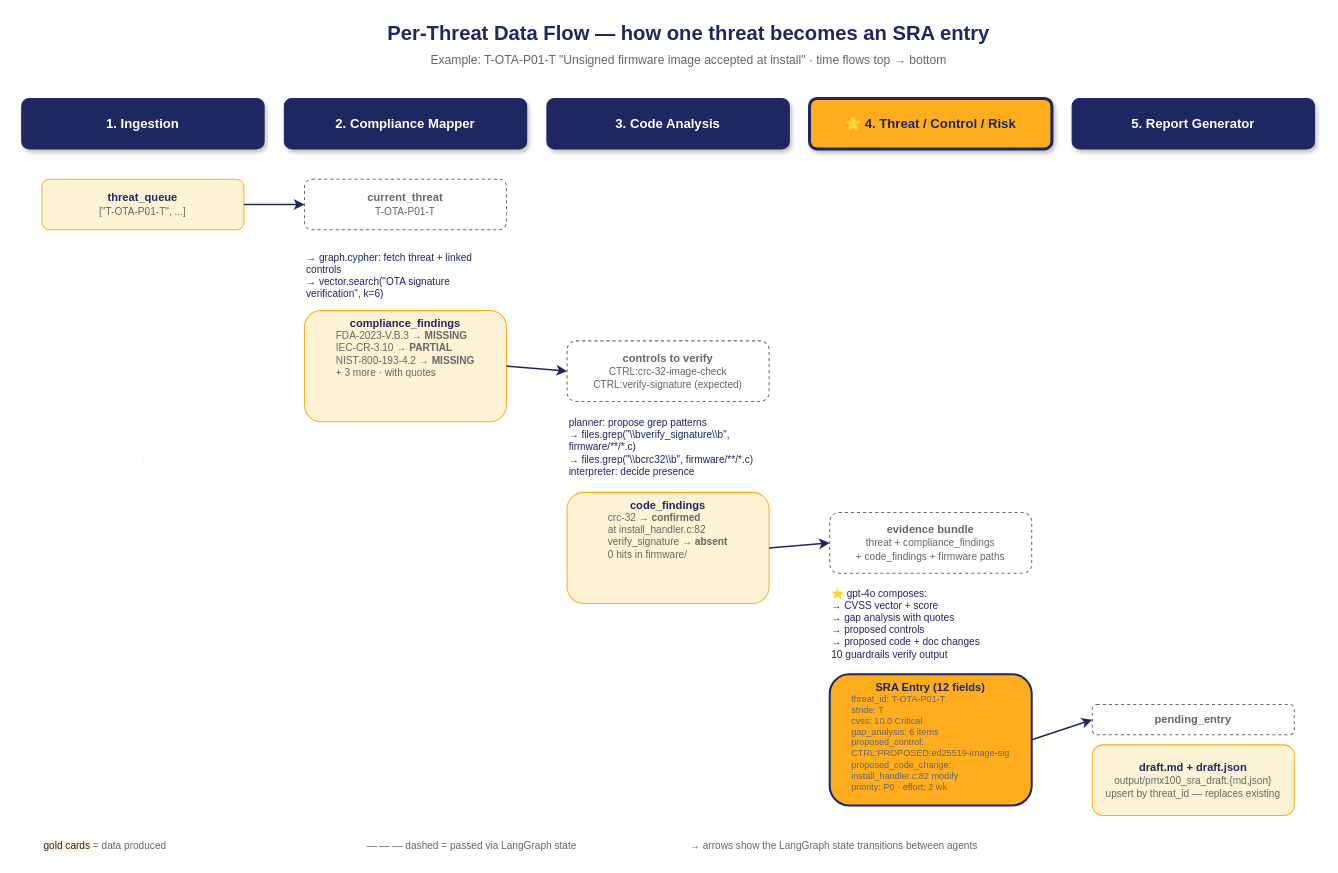
The draw.io diagram docs/flow_2_data.drawio in balajibankapur/agentic-sra-framework, before the edit. Source tidied: cells renumbered, new cells numbered last; positions are measured from the earlier drawing's top-left corner, leaving out a move shared by most shapes. Both pictures are drawn from the tidied source at 101%, with x=0, y=0 at pixel (21, 17).
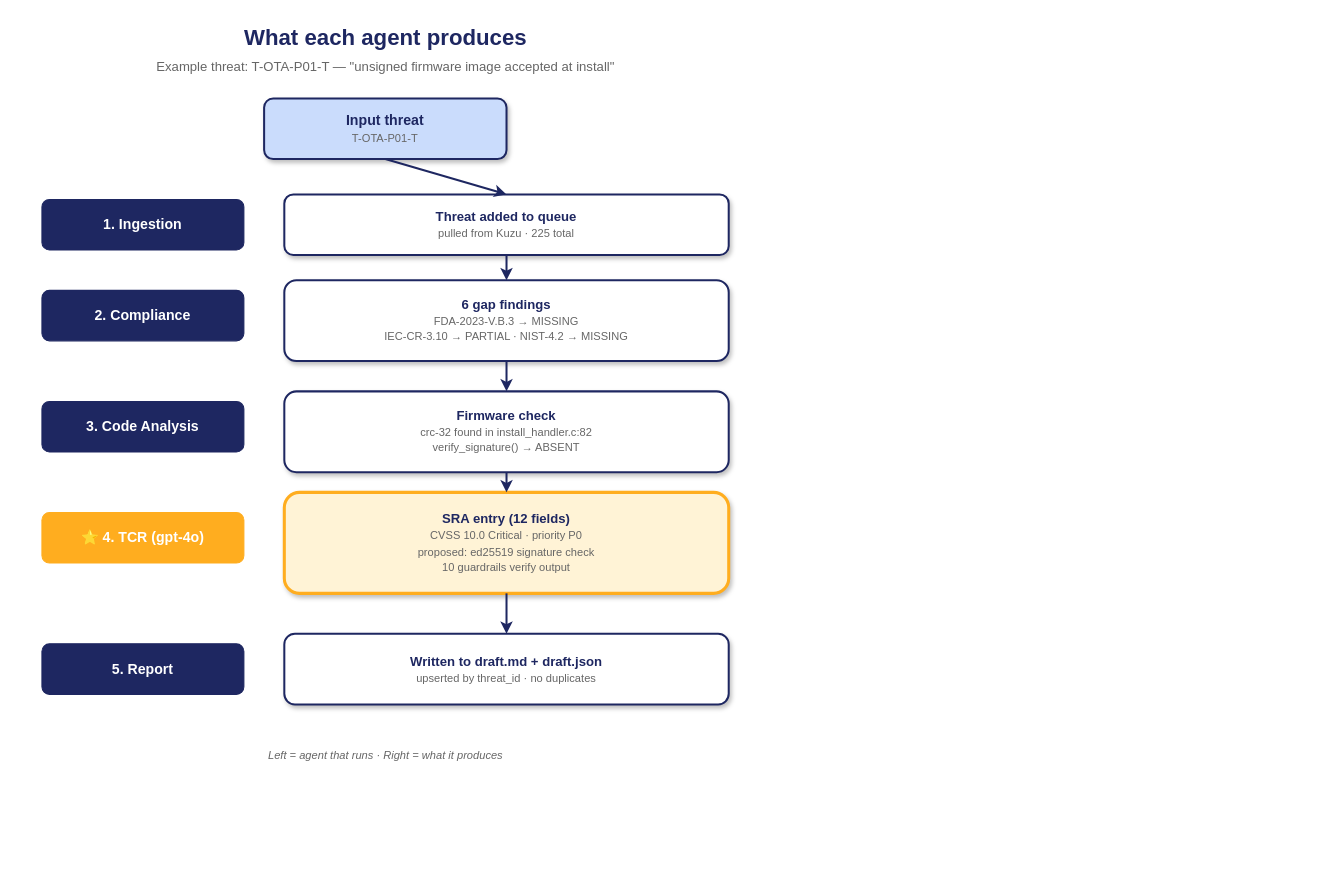
Above is the later version.

Diff of the diagram source:
```diff
@@
-    <mxCell id="2" value="Per-Threat Data Flow — how one threat becomes an SRA entry" style="text;html=1;strokeColor=none;fillColor=none;align=center;verticalAlign=middle;fontSize=20;fontStyle=1;fontColor=#1E2761;" parent="1" vertex="1">
-      <mxGeometry x="60" width="1200" height="30" as="geometry" />
+    <mxCell id="2" value="What each agent produces" style="text;html=1;strokeColor=none;fillColor=none;align=center;verticalAlign=middle;fontSize=22;fontStyle=1;fontColor=#1E2761;" parent="1" vertex="1">
+      <mxGeometry x="10" y="4" width="700" height="34" as="geometry" />
     </mxCell>
-    <mxCell id="3" value="Example: T-OTA-P01-T &quot;Unsigned firmware image accepted at install&quot; · time flows top → bottom" style="text;html=1;strokeColor=none;fillColor=none;align=center;verticalAlign=middle;fontSize=12;fontColor=#666666;" parent="1" vertex="1">
-      <mxGeometry x="60" y="32" width="1200" height="20" as="geometry" />
-    </mxCell>
+    <mxCell id="33" value="Example threat: T-OTA-P01-T  —  &quot;unsigned firmware image accepted at install&quot;" style="text;html=1;strokeColor=none;fillColor=none;align=center;verticalAlign=middle;fontSize=13;fontColor=#666;" parent="1" vertex="1">
+      <mxGeometry x="10" y="38" width="700" height="20" as="geometry" />
+    </mxCell>
+    <mxCell id="34" value="&lt;b&gt;Input threat&lt;/b&gt;&lt;br/&gt;&lt;font style=&quot;font-size:11px;color:#666&quot;&gt;T-OTA-P01-T&lt;/font&gt;" style="rounded=1;whiteSpace=wrap;html=1;fillColor=#CADCFC;strokeColor=#1E2761;strokeWidth=2;fontColor=#1E2761;fontSize=14;verticalAlign=middle;shadow=1;" parent="1" vertex="1">
+      <mxGeometry x="240" y="80" width="240" height="60" as="geometry" />
+    </mxCell>
-    <mxCell id="4" value="&lt;b&gt;1. Ingestion&lt;/b&gt;" style="rounded=1;whiteSpace=wrap;html=1;fillColor=#1E2761;strokeColor=#1E2761;fontColor=#FFFFFF;fontSize=13;verticalAlign=middle;shadow=1;" parent="1" vertex="1">
-      <mxGeometry y="80" width="240" height="50" as="geometry" />
+    <mxCell id="4" value="&lt;b&gt;1. Ingestion&lt;/b&gt;" style="rounded=1;whiteSpace=wrap;html=1;fillColor=#1E2761;strokeColor=#1E2761;fontColor=#FFFFFF;fontSize=14;verticalAlign=middle;" parent="1" vertex="1">
+      <mxGeometry x="20" y="180" width="200" height="50" as="geometry" />
     </mxCell>
-    <mxCell id="5" value="&lt;b&gt;2. Compliance Mapper&lt;/b&gt;" style="rounded=1;whiteSpace=wrap;html=1;fillColor=#1E2761;strokeColor=#1E2761;fontColor=#FFFFFF;fontSize=13;verticalAlign=middle;shadow=1;" parent="1" vertex="1">
-      <mxGeometry x="260" y="80" width="240" height="50" as="geometry" />
-    </mxCell>
+    <mxCell id="35" value="&lt;b&gt;Threat added to queue&lt;/b&gt;&lt;br/&gt;&lt;font style=&quot;font-size:11px;color:#666&quot;&gt;pulled from Kuzu · 225 total&lt;/font&gt;" style="rounded=1;whiteSpace=wrap;html=1;fillColor=#FFFFFF;strokeColor=#1E2761;strokeWidth=2;fontColor=#1E2761;fontSize=13;verticalAlign=middle;shadow=1;" parent="1" vertex="1">
+      <mxGeometry x="260" y="175" width="440" height="60" as="geometry" />
+    </mxCell>
+    <mxCell id="36" value="&lt;b&gt;2. Compliance&lt;/b&gt;" style="rounded=1;whiteSpace=wrap;html=1;fillColor=#1E2761;strokeColor=#1E2761;fontColor=#FFFFFF;fontSize=14;verticalAlign=middle;" parent="1" vertex="1">
+      <mxGeometry x="20" y="270" width="200" height="50" as="geometry" />
+    </mxCell>
+    <mxCell id="37" value="&lt;b&gt;6 gap findings&lt;/b&gt;&lt;br/&gt;&lt;font style=&quot;font-size:11px;color:#666&quot;&gt;FDA-2023-V.B.3 → MISSING&lt;br/&gt;IEC-CR-3.10 → PARTIAL · NIST-4.2 → MISSING&lt;/font&gt;" style="rounded=1;whiteSpace=wrap;html=1;fillColor=#FFFFFF;strokeColor=#1E2761;strokeWidth=2;fontColor=#1E2761;fontSize=13;verticalAlign=middle;shadow=1;" parent="1" vertex="1">
+      <mxGeometry x="260" y="260" width="440" height="80" as="geometry" />
+    </mxCell>
-    <mxCell id="6" value="&lt;b&gt;3. Code Analysis&lt;/b&gt;" style="rounded=1;whiteSpace=wrap;html=1;fillColor=#1E2761;strokeColor=#1E2761;fontColor=#FFFFFF;fontSize=13;verticalAlign=middle;shadow=1;" parent="1" vertex="1">
-      <mxGeometry x="520" y="80" width="240" height="50" as="geometry" />
+    <mxCell id="6" value="&lt;b&gt;3. Code Analysis&lt;/b&gt;" style="rounded=1;whiteSpace=wrap;html=1;fillColor=#1E2761;strokeColor=#1E2761;fontColor=#FFFFFF;fontSize=14;verticalAlign=middle;" parent="1" vertex="1">
+      <mxGeometry x="20" y="380" width="200" height="50" as="geometry" />
     </mxCell>
-    <mxCell id="7" value="&lt;b&gt;⭐ 4. Threat / Control / Risk&lt;/b&gt;" style="rounded=1;whiteSpace=wrap;html=1;fillColor=#FFAD1F;strokeColor=#1E2761;strokeWidth=3;fontColor=#1E2761;fontSize=13;verticalAlign=middle;shadow=1;" parent="1" vertex="1">
-      <mxGeometry x="780" y="80" width="240" height="50" as="geometry" />
-    </mxCell>
-    <mxCell id="8" value="&lt;b&gt;5. Report Generator&lt;/b&gt;" style="rounded=1;whiteSpace=wrap;html=1;fillColor=#1E2761;strokeColor=#1E2761;fontColor=#FFFFFF;fontSize=13;verticalAlign=middle;shadow=1;" parent="1" vertex="1">
-      <mxGeometry x="1040" y="80" width="240" height="50" as="geometry" />
-    </mxCell>
-    <mxCell id="9" style="line;strokeColor=#CADCFC;strokeWidth=1;dashed=1;dashPattern=2 3;" parent="1" vertex="1">
-      <mxGeometry x="120" y="130" width="1" height="620" as="geometry" />
-    </mxCell>
-    <mxCell id="10" style="line;strokeColor=#CADCFC;strokeWidth=1;dashed=1;dashPattern=2 3;" parent="1" vertex="1">
-      <mxGeometry x="380" y="130" width="1" height="620" as="geometry" />
-    </mxCell>
-    <mxCell id="11" style="line;strokeColor=#CADCFC;strokeWidth=1;dashed=1;dashPattern=2 3;" parent="1" vertex="1">
-      <mxGeometry x="640" y="130" width="1" height="620" as="geometry" />
-    </mxCell>
-    <mxCell id="12" style="line;strokeColor=#CADCFC;strokeWidth=1;dashed=1;dashPattern=2 3;" parent="1" vertex="1">
-      <mxGeometry x="900" y="130" width="1" height="620" as="geometry" />
-    </mxCell>
-    <mxCell id="13" style="line;strokeColor=#CADCFC;strokeWidth=1;dashed=1;dashPattern=2 3;" parent="1" vertex="1">
-      <mxGeometry x="1160" y="130" width="1" height="620" as="geometry" />
-    </mxCell>
-    <mxCell id="14" value="&lt;b&gt;threat_queue&lt;/b&gt;&lt;br/&gt;&lt;font style=&quot;font-size:10px;color:#666&quot;&gt;[&quot;T-OTA-P01-T&quot;, ...]&lt;/font&gt;" style="rounded=1;whiteSpace=wrap;html=1;fillColor=#FFF3D6;strokeColor=#FFAD1F;strokeWidth=1;fontColor=#1E2761;fontSize=11;verticalAlign=middle;" parent="1" vertex="1">
-      <mxGeometry x="20" y="160" width="200" height="50" as="geometry" />
-    </mxCell>
-    <mxCell id="15" style="edgeStyle=none;html=1;endArrow=classic;endFill=1;strokeColor=#1E2761;strokeWidth=1.5;exitX=1;exitY=0.5;entryX=0;entryY=0.5;" parent="1" edge="1" source="14" target="16">
-      <mxGeometry relative="1" as="geometry" />
-    </mxCell>
-    <mxCell id="16" value="&lt;b&gt;current_threat&lt;/b&gt;&lt;br/&gt;&lt;font style=&quot;font-size:10px;color:#666&quot;&gt;T-OTA-P01-T&lt;/font&gt;" style="rounded=1;whiteSpace=wrap;html=1;fillColor=#FFFFFF;strokeColor=#666666;strokeWidth=1;dashed=1;dashPattern=3 3;fontColor=#666666;fontSize=11;verticalAlign=middle;" parent="1" vertex="1">
-      <mxGeometry x="280" y="160" width="200" height="50" as="geometry" />
-    </mxCell>
-    <mxCell id="17" value="&lt;font style=&quot;font-size:10px&quot;&gt;→ graph.cypher: fetch threat + linked controls&lt;br/&gt;→ vector.search(&quot;OTA signature verification&quot;, k=6)&lt;/font&gt;" style="text;html=1;strokeColor=none;fillColor=none;align=left;verticalAlign=middle;fontSize=10;fontColor=#1E2761;whiteSpace=wrap;" parent="1" vertex="1">
-      <mxGeometry x="280" y="230" width="200" height="50" as="geometry" />
-    </mxCell>
-    <mxCell id="18" value="&lt;b&gt;compliance_findings&lt;/b&gt;&lt;br/&gt;&lt;div align=&quot;left&quot; style=&quot;font-size:10px;color:#666&quot;&gt;FDA-2023-V.B.3 → &lt;b&gt;MISSING&lt;/b&gt;&lt;br/&gt;IEC-CR-3.10 → &lt;b&gt;PARTIAL&lt;/b&gt;&lt;br/&gt;NIST-800-193-4.2 → &lt;b&gt;MISSING&lt;/b&gt;&lt;br/&gt;+ 3 more · with quotes&lt;/div&gt;" style="rounded=1;whiteSpace=wrap;html=1;fillColor=#FFF3D6;strokeColor=#FFAD1F;strokeWidth=1;fontColor=#1E2761;fontSize=11;verticalAlign=top;" parent="1" vertex="1">
-      <mxGeometry x="280" y="290" width="200" height="110" as="geometry" />
-    </mxCell>
-    <mxCell id="19" style="edgeStyle=none;html=1;endArrow=classic;endFill=1;strokeColor=#1E2761;strokeWidth=1.5;exitX=1;exitY=0.5;entryX=0;entryY=0.5;" parent="1" edge="1" source="18" target="20">
-      <mxGeometry relative="1" as="geometry" />
-    </mxCell>
-    <mxCell id="20" value="&lt;b&gt;controls to verify&lt;/b&gt;&lt;br/&gt;&lt;font style=&quot;font-size:10px;color:#666&quot;&gt;CTRL:crc-32-image-check&lt;br/&gt;CTRL:verify-signature (expected)&lt;/font&gt;" style="rounded=1;whiteSpace=wrap;html=1;fillColor=#FFFFFF;strokeColor=#666666;strokeWidth=1;dashed=1;dashPattern=3 3;fontColor=#666666;fontSize=11;verticalAlign=middle;" parent="1" vertex="1">
-      <mxGeometry x="540" y="320" width="200" height="60" as="geometry" />
-    </mxCell>
-    <mxCell id="21" value="&lt;font style=&quot;font-size:10px&quot;&gt;planner: propose grep patterns&lt;br/&gt;→ files.grep(&quot;\\bverify_signature\\b&quot;, firmware/**/*.c)&lt;br/&gt;→ files.grep(&quot;\\bcrc32\\b&quot;, firmware/**/*.c)&lt;br/&gt;interpreter: decide presence&lt;/font&gt;" style="text;html=1;strokeColor=none;fillColor=none;align=left;verticalAlign=middle;fontSize=10;fontColor=#1E2761;whiteSpace=wrap;" parent="1" vertex="1">
-      <mxGeometry x="540" y="390" width="200" height="70" as="geometry" />
-    </mxCell>
-    <mxCell id="22" value="&lt;b&gt;code_findings&lt;/b&gt;&lt;br/&gt;&lt;div align=&quot;left&quot; style=&quot;font-size:10px;color:#666&quot;&gt;crc-32 → &lt;b&gt;confirmed&lt;/b&gt;&lt;br/&gt;   at install_handler.c:82&lt;br/&gt;verify_signature → &lt;b&gt;absent&lt;/b&gt;&lt;br/&gt;   0 hits in firmware/&lt;/div&gt;" style="rounded=1;whiteSpace=wrap;html=1;fillColor=#FFF3D6;strokeColor=#FFAD1F;strokeWidth=1;fontColor=#1E2761;fontSize=11;verticalAlign=top;" parent="1" vertex="1">
-      <mxGeometry x="540" y="470" width="200" height="110" as="geometry" />
-    </mxCell>
-    <mxCell id="23" style="edgeStyle=none;html=1;endArrow=classic;endFill=1;strokeColor=#1E2761;strokeWidth=1.5;exitX=1;exitY=0.5;entryX=0;entryY=0.5;" parent="1" edge="1" source="22" target="24">
-      <mxGeometry relative="1" as="geometry" />
-    </mxCell>
-    <mxCell id="24" value="&lt;b&gt;evidence bundle&lt;/b&gt;&lt;br/&gt;&lt;font style=&quot;font-size:10px;color:#666&quot;&gt;threat + compliance_findings&lt;br/&gt;+ code_findings + firmware paths&lt;/font&gt;" style="rounded=1;whiteSpace=wrap;html=1;fillColor=#FFFFFF;strokeColor=#666666;strokeWidth=1;dashed=1;dashPattern=3 3;fontColor=#666666;fontSize=11;verticalAlign=middle;" parent="1" vertex="1">
-      <mxGeometry x="800" y="490" width="200" height="60" as="geometry" />
-    </mxCell>
-    <mxCell id="25" value="&lt;font style=&quot;font-size:10px&quot;&gt;⭐ gpt-4o composes:&lt;br/&gt;→ CVSS vector + score&lt;br/&gt;→ gap analysis with quotes&lt;br/&gt;→ proposed controls&lt;br/&gt;→ proposed code + doc changes&lt;br/&gt;10 guardrails verify output&lt;/font&gt;" style="text;html=1;strokeColor=none;fillColor=none;align=left;verticalAlign=middle;fontSize=10;fontColor=#1E2761;whiteSpace=wrap;" parent="1" vertex="1">
-      <mxGeometry x="800" y="560" width="200" height="80" as="geometry" />
-    </mxCell>
-    <mxCell id="26" value="&lt;b&gt;SRA Entry (12 fields)&lt;/b&gt;&lt;br/&gt;&lt;div align=&quot;left&quot; style=&quot;font-size:9px;color:#666&quot;&gt;threat_id: T-OTA-P01-T&lt;br/&gt;stride: T&lt;br/&gt;cvss: 10.0 Critical&lt;br/&gt;gap_analysis: 6 items&lt;br/&gt;proposed_control:&lt;br/&gt;   CTRL:PROPOSED:ed25519-image-sig&lt;br/&gt;proposed_code_change:&lt;br/&gt;   install_handler.c:82 modify&lt;br/&gt;priority: P0 · effort: 2 wk&lt;/div&gt;" style="rounded=1;whiteSpace=wrap;html=1;fillColor=#FFAD1F;strokeColor=#1E2761;strokeWidth=2;fontColor=#1E2761;fontSize=11;verticalAlign=top;" parent="1" vertex="1">
-      <mxGeometry x="800" y="650" width="200" height="130" as="geometry" />
-    </mxCell>
-    <mxCell id="27" style="edgeStyle=none;html=1;endArrow=classic;endFill=1;strokeColor=#1E2761;strokeWidth=1.5;exitX=1;exitY=0.5;entryX=0;entryY=0.5;" parent="1" edge="1" source="26" target="28">
-      <mxGeometry relative="1" as="geometry" />
-    </mxCell>
-    <mxCell id="28" value="&lt;b&gt;pending_entry&lt;/b&gt;" style="rounded=1;whiteSpace=wrap;html=1;fillColor=#FFFFFF;strokeColor=#666666;strokeWidth=1;dashed=1;dashPattern=3 3;fontColor=#666666;fontSize=11;verticalAlign=middle;" parent="1" vertex="1">
-      <mxGeometry x="1060" y="680" width="200" height="30" as="geometry" />
-    </mxCell>
-    <mxCell id="29" value="&lt;b&gt;draft.md + draft.json&lt;/b&gt;&lt;br/&gt;&lt;font style=&quot;font-size:10px;color:#666&quot;&gt;output/pmx100_sra_draft.{md,json}&lt;br/&gt;upsert by threat_id — replaces existing&lt;/font&gt;" style="rounded=1;whiteSpace=wrap;html=1;fillColor=#FFF3D6;strokeColor=#FFAD1F;strokeWidth=1;fontColor=#1E2761;fontSize=11;verticalAlign=middle;" parent="1" vertex="1">
-      <mxGeometry x="1060" y="720" width="200" height="70" as="geometry" />
-    </mxCell>
-    <mxCell id="30" value="&lt;font style=&quot;background-color:#FFF3D6;color:#1E2761&quot;&gt; gold cards &lt;/font&gt; = data produced" style="text;html=1;strokeColor=none;fillColor=none;align=left;verticalAlign=middle;fontSize=10;fontColor=#666;" parent="1" vertex="1">
-      <mxGeometry x="20" y="810" width="300" height="20" as="geometry" />
-    </mxCell>
-    <mxCell id="31" value="&lt;font style=&quot;color:#666&quot;&gt;— — —&lt;/font&gt; dashed = passed via LangGraph state" style="text;html=1;strokeColor=none;fillColor=none;align=left;verticalAlign=middle;fontSize=10;fontColor=#666;" parent="1" vertex="1">
-      <mxGeometry x="340" y="810" width="300" height="20" as="geometry" />
-    </mxCell>
-    <mxCell id="32" value="→ arrows show the LangGraph state transitions between agents" style="text;html=1;strokeColor=none;fillColor=none;align=left;verticalAlign=middle;fontSize=10;fontColor=#666;" parent="1" vertex="1">
-      <mxGeometry x="660" y="810" width="600" height="20" as="geometry" />
-    </mxCell>
+    <mxCell id="38" value="&lt;b&gt;Firmware check&lt;/b&gt;&lt;br/&gt;&lt;font style=&quot;font-size:11px;color:#666&quot;&gt;crc-32 found in install_handler.c:82&lt;br/&gt;verify_signature() → ABSENT&lt;/font&gt;" style="rounded=1;whiteSpace=wrap;html=1;fillColor=#FFFFFF;strokeColor=#1E2761;strokeWidth=2;fontColor=#1E2761;fontSize=13;verticalAlign=middle;shadow=1;" parent="1" vertex="1">
+      <mxGeometry x="260" y="370" width="440" height="80" as="geometry" />
+    </mxCell>
+    <mxCell id="39" value="&lt;b&gt;⭐ 4. TCR (gpt-4o)&lt;/b&gt;" style="rounded=1;whiteSpace=wrap;html=1;fillColor=#FFAD1F;strokeColor=#FFAD1F;fontColor=#FFFFFF;fontSize=14;verticalAlign=middle;fontStyle=1;" parent="1" vertex="1">
+      <mxGeometry x="20" y="490" width="200" height="50" as="geometry" />
+    </mxCell>
+    <mxCell id="40" value="&lt;b&gt;SRA entry (12 fields)&lt;/b&gt;&lt;br/&gt;&lt;font style=&quot;font-size:11px;color:#666&quot;&gt;CVSS 10.0 Critical · priority P0&lt;br/&gt;proposed: ed25519 signature check&lt;br/&gt;10 guardrails verify output&lt;/font&gt;" style="rounded=1;whiteSpace=wrap;html=1;fillColor=#FFF3D6;strokeColor=#FFAD1F;strokeWidth=3;fontColor=#1E2761;fontSize=13;verticalAlign=middle;shadow=1;" parent="1" vertex="1">
+      <mxGeometry x="260" y="470" width="440" height="100" as="geometry" />
+    </mxCell>
+    <mxCell id="41" value="&lt;b&gt;5. Report&lt;/b&gt;" style="rounded=1;whiteSpace=wrap;html=1;fillColor=#1E2761;strokeColor=#1E2761;fontColor=#FFFFFF;fontSize=14;verticalAlign=middle;" parent="1" vertex="1">
+      <mxGeometry x="20" y="620" width="200" height="50" as="geometry" />
+    </mxCell>
+    <mxCell id="42" value="&lt;b&gt;Written to draft.md + draft.json&lt;/b&gt;&lt;br/&gt;&lt;font style=&quot;font-size:11px;color:#666&quot;&gt;upserted by threat_id · no duplicates&lt;/font&gt;" style="rounded=1;whiteSpace=wrap;html=1;fillColor=#FFFFFF;strokeColor=#1E2761;strokeWidth=2;fontColor=#1E2761;fontSize=13;verticalAlign=middle;shadow=1;" parent="1" vertex="1">
+      <mxGeometry x="260" y="610" width="440" height="70" as="geometry" />
+    </mxCell>
+    <mxCell id="43" style="edgeStyle=none;html=1;endArrow=classic;endFill=1;strokeColor=#1E2761;strokeWidth=2;exitX=0.5;exitY=1;entryX=0.5;entryY=0;" parent="1" edge="1" source="34" target="35">
+      <mxGeometry relative="1" as="geometry" />
+    </mxCell>
+    <mxCell id="44" style="edgeStyle=none;html=1;endArrow=classic;endFill=1;strokeColor=#1E2761;strokeWidth=2;exitX=0.5;exitY=1;entryX=0.5;entryY=0;" parent="1" edge="1" source="35" target="37">
+      <mxGeometry relative="1" as="geometry" />
+    </mxCell>
+    <mxCell id="45" style="edgeStyle=none;html=1;endArrow=classic;endFill=1;strokeColor=#1E2761;strokeWidth=2;exitX=0.5;exitY=1;entryX=0.5;entryY=0;" parent="1" edge="1" source="37" target="38">
+      <mxGeometry relative="1" as="geometry" />
+    </mxCell>
+    <mxCell id="46" style="edgeStyle=none;html=1;endArrow=classic;endFill=1;strokeColor=#1E2761;strokeWidth=2;exitX=0.5;exitY=1;entryX=0.5;entryY=0;" parent="1" edge="1" source="38" target="40">
+      <mxGeometry relative="1" as="geometry" />
+    </mxCell>
+    <mxCell id="47" style="edgeStyle=none;html=1;endArrow=classic;endFill=1;strokeColor=#1E2761;strokeWidth=2;exitX=0.5;exitY=1;entryX=0.5;entryY=0;" parent="1" edge="1" source="40" target="42">
+      <mxGeometry relative="1" as="geometry" />
+    </mxCell>
+    <mxCell id="48" value="Left = agent that runs  ·  Right = what it produces" style="text;html=1;strokeColor=none;fillColor=none;align=center;verticalAlign=middle;fontSize=11;fontStyle=2;fontColor=#666;" parent="1" vertex="1">
+      <mxGeometry x="10" y="720" width="700" height="20" as="geometry" />
+    </mxCell>
```
